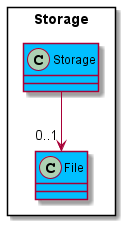
Above: docs/images/StorageDiagram.png in nus-cs2113-AY2122S1/tp (PlantUML), before the change.
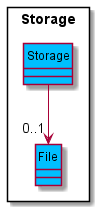
Later version of the same file.

Change to the diagram source:
```diff
@@ -1,8 +1,9 @@
 @startuml
 
+hide circle
+skinparam classAttributeIconSize 0
 
-
-Package "Storage"<<RECTANGLE>>{
+Package "Storage"<<RECTANGLE>> {
     class "Storage" #DeepSkyBlue
     class "File" #DeepSkyBlue
 }
```
